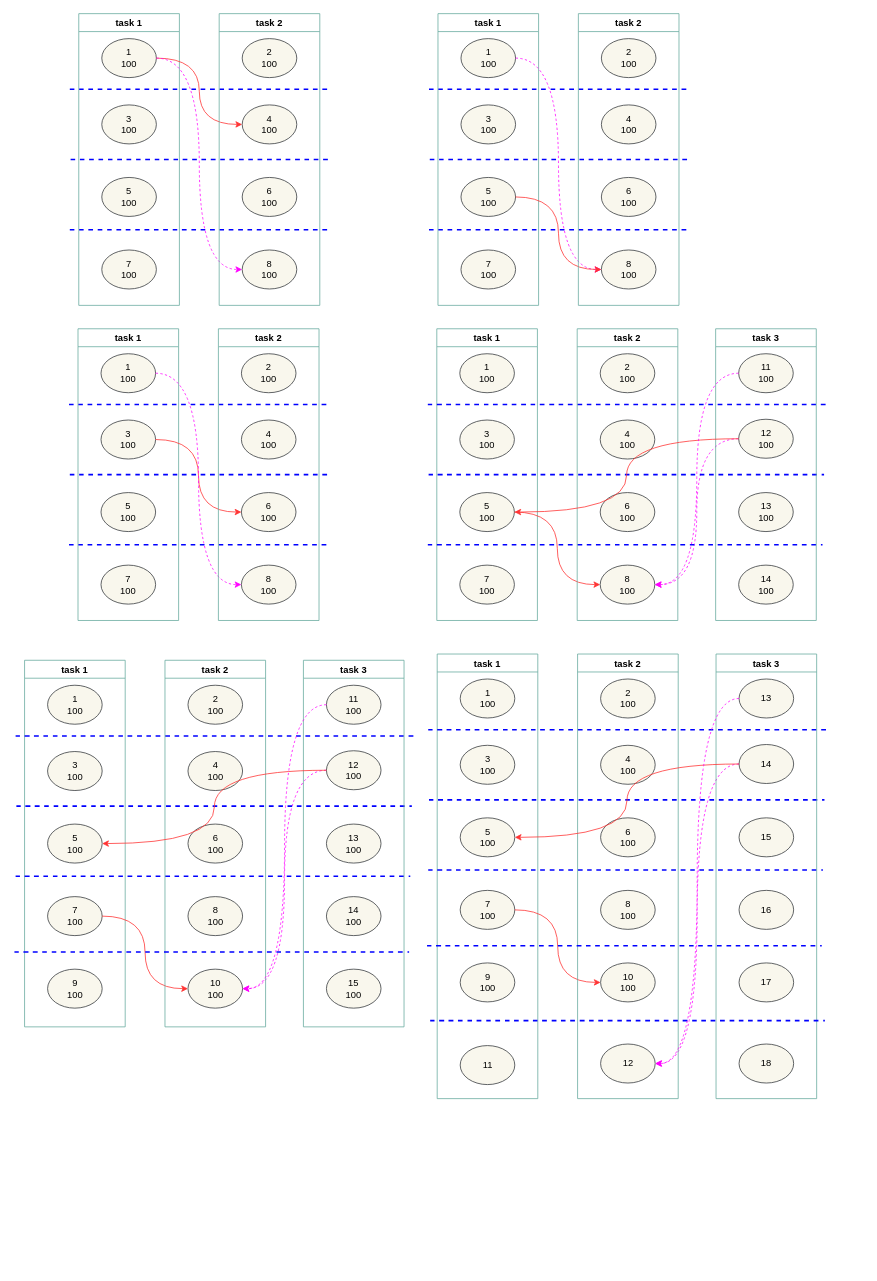
Earlier version of the draw.io diagram SimplifyDependency.drawio (Dercury/CLDK). Source tidied: cells renumbered, new cells numbered last; positions are measured from the earlier drawing's top-left corner, leaving out a move shared by most shapes. Both pictures are drawn from the tidied source at 78%, with x=0, y=0 at pixel (14, 13).
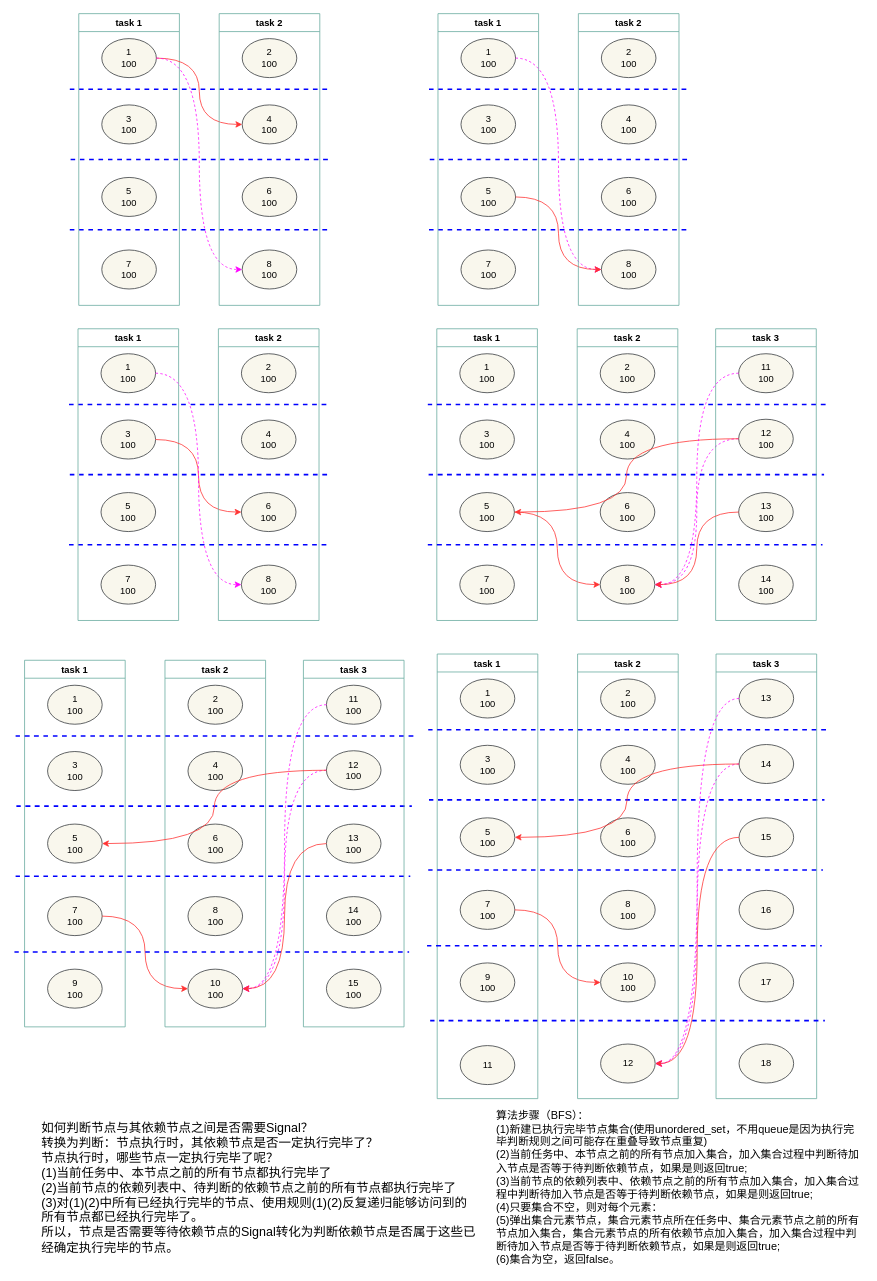
The same page after the edit.

The change refers to these unchanged cells:
```xml
<mxCell id="46" value="8&lt;br&gt;100" style="ellipse;whiteSpace=wrap;html=1;fillColor=#f9f7ed;strokeColor=#36393d;" parent="42" vertex="1">
  <mxGeometry x="29.5" y="303" width="70" height="50" as="geometry" />
</mxCell>
<mxCell id="65" value="13&lt;br&gt;100" style="ellipse;whiteSpace=wrap;html=1;fillColor=#f9f7ed;strokeColor=#36393d;" parent="62" vertex="1">
  <mxGeometry x="29.5" y="210" width="70" height="50" as="geometry" />
</mxCell>
<mxCell id="87" value="12" style="ellipse;whiteSpace=wrap;html=1;fillColor=#f9f7ed;strokeColor=#36393d;" parent="81" vertex="1">
  <mxGeometry x="29.5" y="500" width="70" height="50" as="geometry" />
</mxCell>
<mxCell id="91" value="15" style="ellipse;whiteSpace=wrap;html=1;fillColor=#f9f7ed;strokeColor=#36393d;" parent="88" vertex="1">
  <mxGeometry x="29.5" y="210" width="70" height="50" as="geometry" />
</mxCell>
<mxCell id="113" value="10&lt;br&gt;100" style="ellipse;whiteSpace=wrap;html=1;fillColor=#f9f7ed;strokeColor=#36393d;" parent="108" vertex="1">
  <mxGeometry x="29.5" y="396" width="70" height="50" as="geometry" />
</mxCell>
<mxCell id="117" value="13&lt;br&gt;100" style="ellipse;whiteSpace=wrap;html=1;fillColor=#f9f7ed;strokeColor=#36393d;" parent="114" vertex="1">
  <mxGeometry x="29.5" y="210" width="70" height="50" as="geometry" />
</mxCell>
```

What changed in the source:
```diff
@@
+    <mxCell id="125" value="如何判断节点与其依赖节点之间是否需要Signal？&lt;br style=&quot;font-size: 16px;&quot;&gt;转换为判断：节点执行时，其依赖节点是否一定执行完毕了？&lt;br&gt;节点执行时，哪些节点一定执行完毕了呢？&lt;br style=&quot;font-size: 16px;&quot;&gt;(1)当前任务中、本节点之前的所有节点都执行完毕了&lt;br style=&quot;font-size: 16px;&quot;&gt;(2)当前节点的依赖列表中、待判断的依赖节点之前的所有节点都执行完毕了&lt;br style=&quot;font-size: 16px;&quot;&gt;&lt;div style=&quot;font-size: 16px;&quot;&gt;&lt;span style=&quot;background-color: initial; font-size: 16px;&quot;&gt;(3)对(1)(2)中所有已经执行完毕的节点、使用规则(1)(2)反复递归能够访问到的所有节点都已经执行完毕了。&lt;/span&gt;&lt;/div&gt;&lt;div style=&quot;font-size: 16px;&quot;&gt;&lt;span style=&quot;background-color: initial; font-size: 16px;&quot;&gt;所以，节点是否需要等待依赖节点的Signal转化为判断依赖节点是否属于这些已经确定执行完毕的节点。&lt;/span&gt;&lt;/div&gt;" style="text;html=1;strokeColor=none;fillColor=none;align=left;verticalAlign=middle;whiteSpace=wrap;rounded=0;fontSize=16;spacing=2;spacingTop=0;horizontal=1;" parent="1" vertex="1">
+      <mxGeometry x="33" y="1402" width="562" height="205" as="geometry" />
+    </mxCell>
+    <mxCell id="126" value="算法步骤（BFS）：&lt;br style=&quot;font-size: 14px;&quot;&gt;(1)新建已执行完毕节点集合(使用unordered_set，不用queue是因为执行完毕判断规则之间可能存在重叠导致节点重复)&lt;br style=&quot;font-size: 14px;&quot;&gt;(2)当前任务中、本节点之前的所有节点加入集合，加入集合过程中判断待加入节点是否等于待判断依赖节点，如果是则返回true;&lt;br style=&quot;font-size: 14px;&quot;&gt;(3)当前节点的依赖列表中、依赖节点之前的所有节点加入集合，加入集合过程中判断待加入节点是否等于待判断依赖节点，如果是则返回true;&lt;br style=&quot;font-size: 14px;&quot;&gt;(4)只要集合不空，则对每个元素：&lt;br style=&quot;font-size: 14px;&quot;&gt;(5)弹出集合元素节点，集合元素节点所在任务中、集合元素节点之前的所有节点加入集合，集合元素节点的所有依赖节点加入集合，加入集合过程中判断待加入节点是否等于待判断依赖节点，如果是则返回true;&lt;br style=&quot;font-size: 14px;&quot;&gt;(6)集合为空，返回false。" style="text;html=1;strokeColor=none;fillColor=none;align=left;verticalAlign=middle;whiteSpace=wrap;rounded=0;fontSize=14;" parent="1" vertex="1">
+      <mxGeometry x="616" y="1405.5" width="474" height="198" as="geometry" />
+    </mxCell>
+    <mxCell id="127" style="edgeStyle=orthogonalEdgeStyle;curved=1;rounded=0;jettySize=auto;html=1;entryX=1;entryY=0.5;entryDx=0;entryDy=0;strokeColor=#FF3333;" parent="1" edge="1" source="91" target="87">
+      <mxGeometry relative="1" as="geometry" />
+    </mxCell>
+    <mxCell id="128" style="edgeStyle=orthogonalEdgeStyle;curved=1;rounded=0;jettySize=auto;html=1;entryX=1;entryY=0.5;entryDx=0;entryDy=0;strokeColor=#FF3333;" parent="1" edge="1" source="65" target="46">
+      <mxGeometry relative="1" as="geometry" />
+    </mxCell>
+    <mxCell id="129" style="edgeStyle=orthogonalEdgeStyle;curved=1;rounded=0;jettySize=auto;html=1;entryX=1;entryY=0.5;entryDx=0;entryDy=0;strokeColor=#FF3333;" parent="1" edge="1" source="117" target="113">
+      <mxGeometry relative="1" as="geometry" />
+    </mxCell>
```
